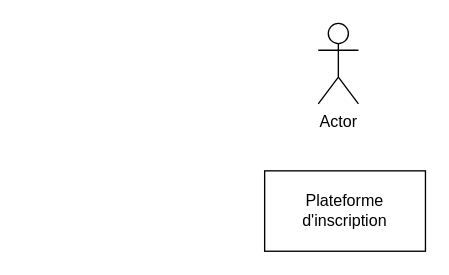
sershoks/minecraft keeps this draw.io diagram as Infrastructure/Diagramme sans nom.drawio. Above is the earlier version. Source tidied: cells renumbered, new cells numbered last; positions are measured from the earlier drawing's top-left corner, leaving out a move shared by most shapes. Both pictures are drawn from the tidied source at 134%, with x=0, y=0 at pixel (264, 23).
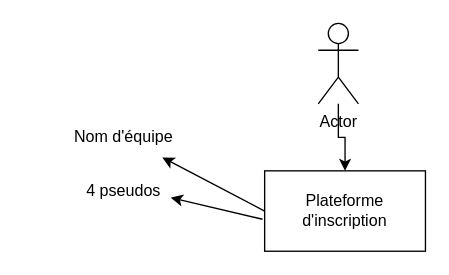
The same page after the edit.

Commit message (it also covers changes not shown here):
Mettre à jour Diagramme sans nom.drawio

Change to the diagram source:
```diff
@@
 <mxGraphModel>
   <root>
     <mxCell id="0" />
     <mxCell id="1" parent="0" />
     <mxCell id="2" value="&lt;div&gt;Plateforme&lt;/div&gt;&lt;div&gt;d'inscription&lt;/div&gt;" style="rounded=0;whiteSpace=wrap;html=1;" parent="1" vertex="1">
       <mxGeometry y="110" width="120" height="60" as="geometry" />
     </mxCell>
+    <mxCell id="4" style="edgeStyle=orthogonalEdgeStyle;rounded=0;jettySize=auto;html=1;" parent="1" edge="1" source="3" target="2">
+      <mxGeometry relative="1" as="geometry" />
+    </mxCell>
     <mxCell id="3" value="Actor" style="shape=umlActor;verticalLabelPosition=bottom;verticalAlign=top;html=1;outlineConnect=0;" parent="1" vertex="1">
       <mxGeometry x="40" width="30" height="60" as="geometry" />
     </mxCell>
+    <mxCell id="5" value="Nom d'équipe" style="text;html=1;align=center;verticalAlign=middle;whiteSpace=wrap;rounded=0;" parent="1" vertex="1">
+      <mxGeometry x="-180" y="70" width="150" height="30" as="geometry" />
+    </mxCell>
+    <mxCell id="6" value="4 pseudos" style="text;html=1;align=center;verticalAlign=middle;whiteSpace=wrap;rounded=0;" parent="1" vertex="1">
+      <mxGeometry x="-135" y="110" width="60" height="30" as="geometry" />
+    </mxCell>
+    <mxCell id="7" style="endArrow=classic;html=1;rounded=0;exitX=-0.013;exitY=0.602;exitDx=0;exitDy=0;exitPerimeter=0;" parent="1" edge="1" source="2">
+      <mxGeometry relative="1" as="geometry">
+        <mxPoint x="-70" y="130" as="targetPoint" />
+      </mxGeometry>
+    </mxCell>
+    <mxCell id="8" style="endArrow=classic;html=1;rounded=0;exitX=0;exitY=0.5;exitDx=0;exitDy=0;" parent="1" edge="1" source="2" target="5">
+      <mxGeometry relative="1" as="geometry" />
+    </mxCell>
   </root>
 </mxGraphModel>
```
